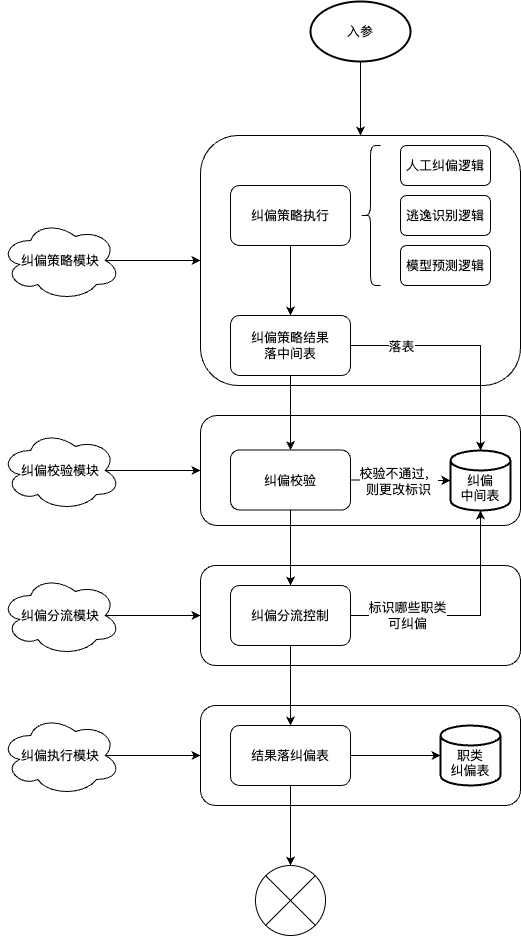
The draw.io diagram work-draw-file/职类纠偏核心逻辑.png in liujunao/draw-data, before a commit. Source tidied: cells renumbered, new cells last; positions are measured from the earlier drawing's top-left corner, leaving out a move shared by most shapes.
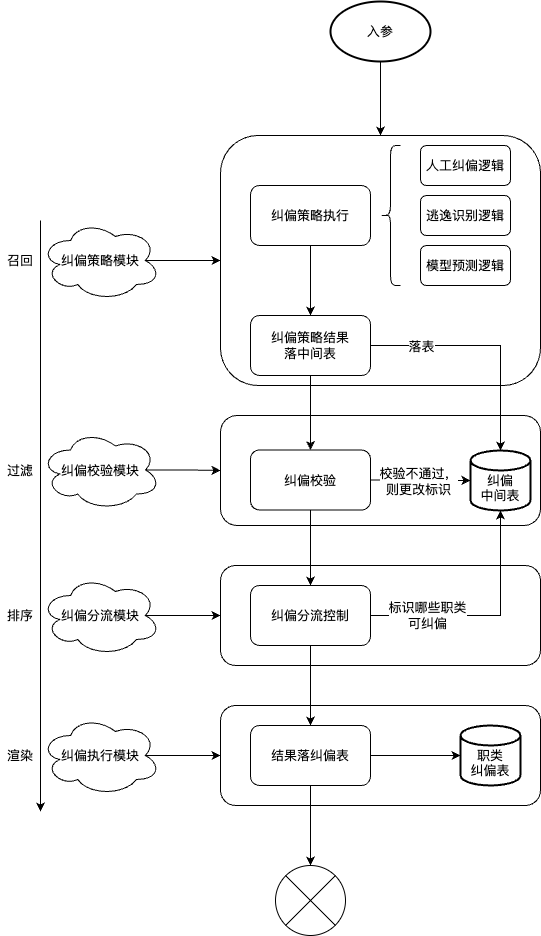
Above is the later version.

Commit message:
更新职类纠偏核心逻辑.png

What changed in the source:
```diff
@@ -94,25 +94,25 @@
       <mxGeometry relative="1" as="geometry" />
     </mxCell>
     <mxCell id="31" value="纠偏策略模块" style="ellipse;shape=cloud;whiteSpace=wrap;html=1;" parent="1" vertex="1">
-      <mxGeometry y="219" width="120" height="80" as="geometry" />
+      <mxGeometry x="20" y="219" width="120" height="80" as="geometry" />
     </mxCell>
     <mxCell id="32" style="edgeStyle=orthogonalEdgeStyle;rounded=0;jettySize=auto;html=1;exitX=0.875;exitY=0.5;exitDx=0;exitDy=0;exitPerimeter=0;" parent="1" edge="1" source="33" target="4">
       <mxGeometry relative="1" as="geometry" />
     </mxCell>
     <mxCell id="33" value="纠偏校验模块" style="ellipse;shape=cloud;whiteSpace=wrap;html=1;" parent="1" vertex="1">
-      <mxGeometry y="429" width="120" height="80" as="geometry" />
+      <mxGeometry x="20" y="428.5" width="120" height="80" as="geometry" />
     </mxCell>
     <mxCell id="34" style="edgeStyle=orthogonalEdgeStyle;rounded=0;jettySize=auto;html=1;exitX=0.875;exitY=0.5;exitDx=0;exitDy=0;exitPerimeter=0;entryX=0;entryY=0.5;entryDx=0;entryDy=0;" parent="1" edge="1" source="35" target="3">
       <mxGeometry relative="1" as="geometry" />
     </mxCell>
     <mxCell id="35" value="纠偏分流模块" style="ellipse;shape=cloud;whiteSpace=wrap;html=1;" parent="1" vertex="1">
-      <mxGeometry y="574" width="120" height="80" as="geometry" />
+      <mxGeometry x="20" y="574" width="120" height="80" as="geometry" />
     </mxCell>
     <mxCell id="36" style="edgeStyle=orthogonalEdgeStyle;rounded=0;jettySize=auto;html=1;exitX=0.875;exitY=0.5;exitDx=0;exitDy=0;exitPerimeter=0;entryX=0;entryY=0.5;entryDx=0;entryDy=0;" parent="1" edge="1" source="37" target="2">
       <mxGeometry relative="1" as="geometry" />
     </mxCell>
     <mxCell id="37" value="纠偏执行模块" style="ellipse;shape=cloud;whiteSpace=wrap;html=1;" parent="1" vertex="1">
-      <mxGeometry y="714" width="120" height="80" as="geometry" />
+      <mxGeometry x="20" y="714" width="120" height="80" as="geometry" />
     </mxCell>
     <mxCell id="38" style="edgeStyle=orthogonalEdgeStyle;rounded=0;jettySize=auto;html=1;exitX=0.5;exitY=1;exitDx=0;exitDy=0;exitPerimeter=0;" parent="1" edge="1" source="39" target="5">
       <mxGeometry relative="1" as="geometry" />
@@ -120,5 +120,23 @@
     <mxCell id="39" value="入参" style="strokeWidth=2;html=1;shape=mxgraph.flowchart.start_1;whiteSpace=wrap;" parent="1" vertex="1">
       <mxGeometry x="310" width="100" height="60" as="geometry" />
     </mxCell>
+    <mxCell id="40" style="endArrow=classic;html=1;rounded=0;" parent="1" edge="1">
+      <mxGeometry relative="1" as="geometry">
+        <mxPoint x="20" y="219" as="sourcePoint" />
+        <mxPoint x="20" y="810" as="targetPoint" />
+      </mxGeometry>
+    </mxCell>
+    <mxCell id="41" value="召回" style="text;html=1;strokeColor=none;fillColor=none;align=center;verticalAlign=middle;whiteSpace=wrap;rounded=0;" parent="1" vertex="1">
+      <mxGeometry x="-20" y="244" width="40" height="30" as="geometry" />
+    </mxCell>
+    <mxCell id="42" value="过滤" style="text;html=1;strokeColor=none;fillColor=none;align=center;verticalAlign=middle;whiteSpace=wrap;rounded=0;" parent="1" vertex="1">
+      <mxGeometry x="-15" y="454" width="30" height="30" as="geometry" />
+    </mxCell>
+    <mxCell id="43" value="排序" style="text;html=1;strokeColor=none;fillColor=none;align=center;verticalAlign=middle;whiteSpace=wrap;rounded=0;" parent="1" vertex="1">
+      <mxGeometry x="-15" y="599" width="30" height="30" as="geometry" />
+    </mxCell>
+    <mxCell id="44" value="渲染" style="text;html=1;strokeColor=none;fillColor=none;align=center;verticalAlign=middle;whiteSpace=wrap;rounded=0;" parent="1" vertex="1">
+      <mxGeometry x="-15" y="739" width="30" height="30" as="geometry" />
+    </mxCell>
   </root>
 </mxGraphModel>
```
